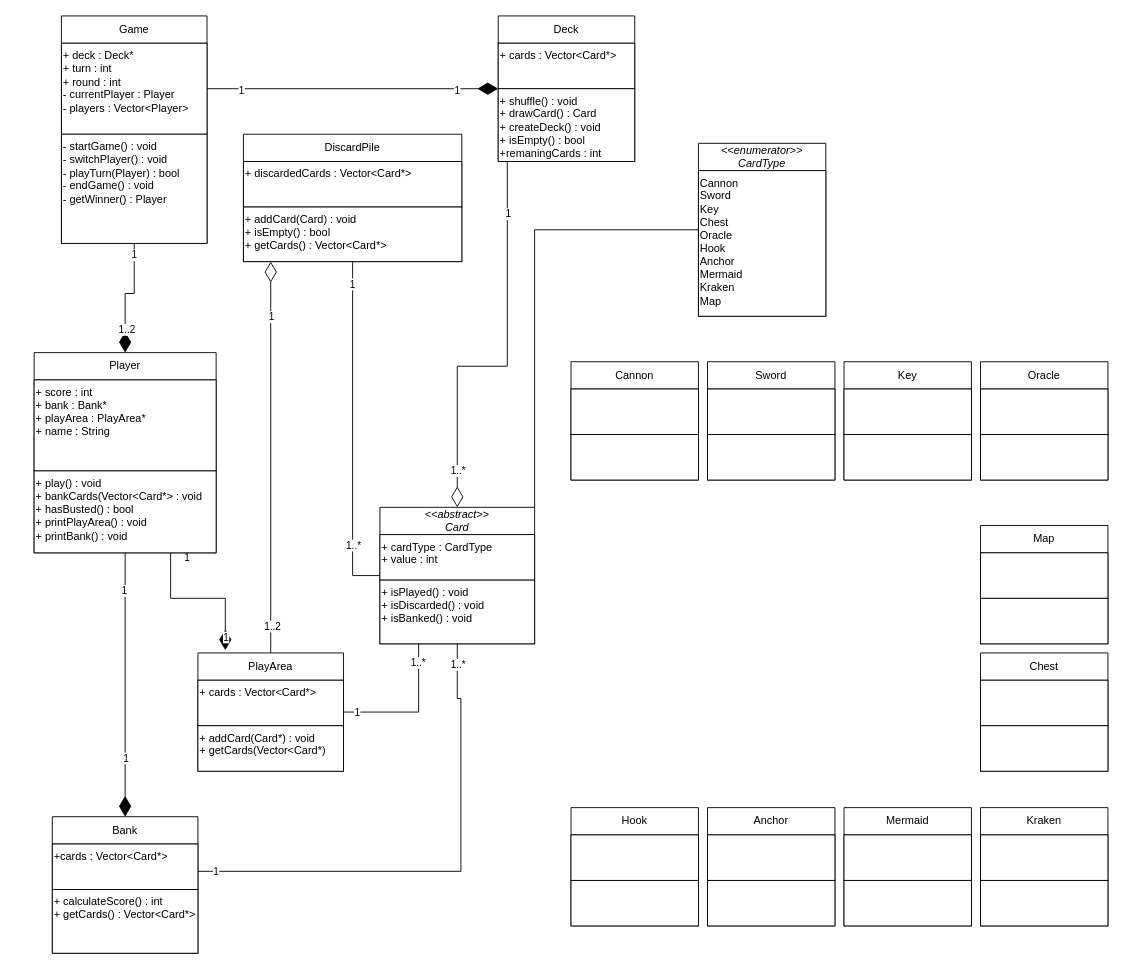
The draw.io diagram Dead Man's Draw++ UML.drawio in ConnorFSA/Assignment-1-Dead-Man-s-Draw-, before the edit. Source tidied: cells renumbered, new cells numbered last; positions are measured from the earlier drawing's top-left corner, leaving out a move shared by most shapes. Both pictures are drawn from the tidied source at 91%, with x=0, y=0 at pixel (34, 15).
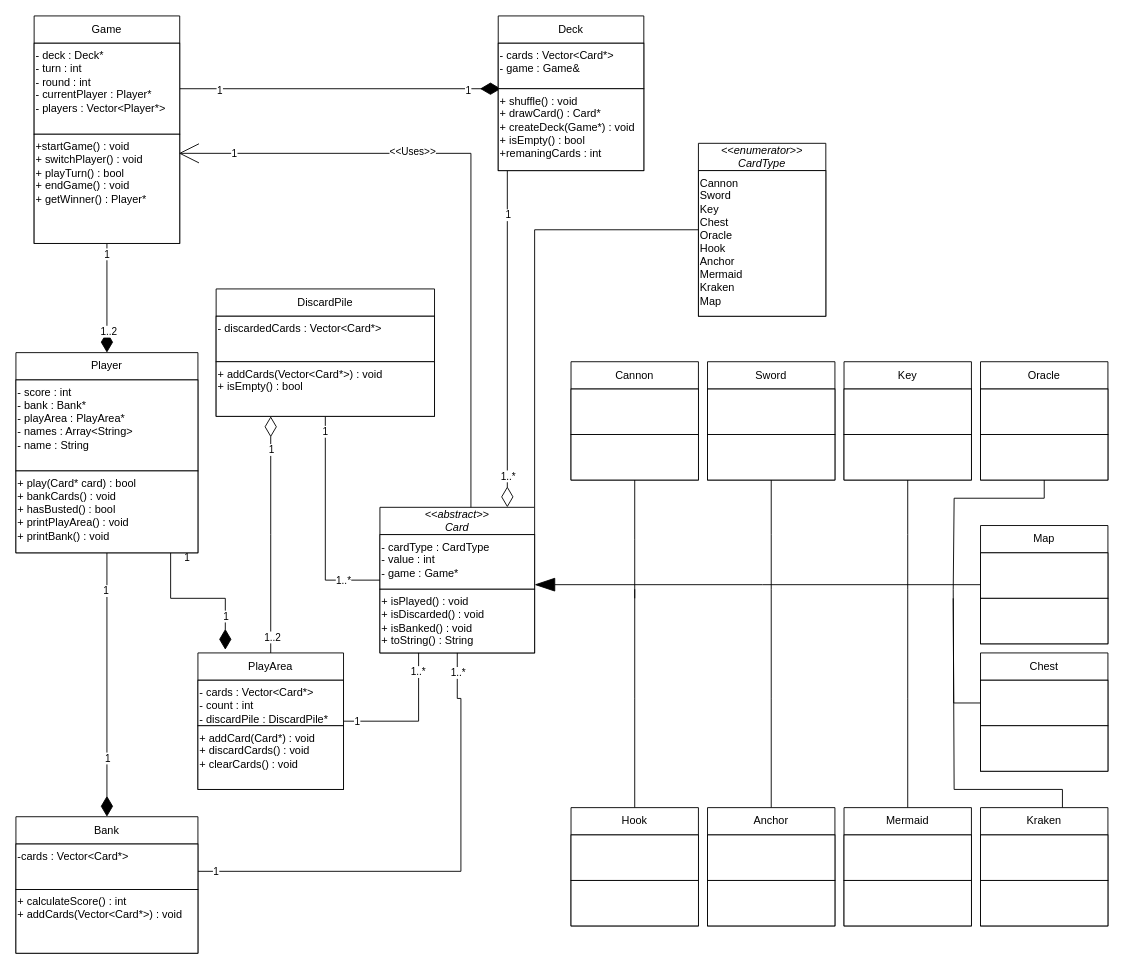
After the change.

Commit message:
Update Dead Man's Draw++ UML.drawio to reflect current implementation

The change refers to these unchanged cells:
```xml
<mxCell id="5" style="edgeStyle=orthogonalEdgeStyle;rounded=0;jettySize=auto;html=1;entryX=0.188;entryY=-0.023;entryDx=0;entryDy=0;endSize=20;endArrow=diamondThin;endFill=1;entryPerimeter=0;" parent="1" edge="1" source="8" target="35">
  <mxGeometry relative="1" as="geometry">
    <Array as="points">
      <mxPoint x="150" y="640" />
      <mxPoint x="210" y="640" />
    </Array>
  </mxGeometry>
</mxCell>
<mxCell id="44" value="Cannon" style="swimlane;fontStyle=0;horizontal=1;startSize=30;whiteSpace=wrap;html=1;" parent="1" vertex="1">
  <mxGeometry x="590" y="380" width="140" height="130" as="geometry" />
</mxCell>
<mxCell id="47" value="Sword" style="swimlane;fontStyle=0;horizontal=1;startSize=30;whiteSpace=wrap;html=1;" parent="1" vertex="1">
  <mxGeometry x="740" y="380" width="140" height="130" as="geometry" />
</mxCell>
<mxCell id="49" style="html=1;whiteSpace=wrap;verticalAlign=top;align=left;" parent="47" vertex="1">
  <mxGeometry y="80" width="140" height="50" as="geometry" />
</mxCell>
<mxCell id="50" value="Key" style="swimlane;fontStyle=0;horizontal=1;startSize=30;whiteSpace=wrap;html=1;" parent="1" vertex="1">
  <mxGeometry x="890" y="380" width="140" height="130" as="geometry" />
</mxCell>
<mxCell id="52" style="html=1;whiteSpace=wrap;verticalAlign=top;align=left;" parent="50" vertex="1">
  <mxGeometry y="80" width="140" height="50" as="geometry" />
</mxCell>
<mxCell id="53" value="Chest" style="swimlane;fontStyle=0;horizontal=1;startSize=30;whiteSpace=wrap;html=1;" parent="1" vertex="1">
  <mxGeometry x="1040" y="700" width="140" height="130" as="geometry" />
</mxCell>
<mxCell id="54" style="html=1;whiteSpace=wrap;verticalAlign=top;align=left;" parent="53" vertex="1">
  <mxGeometry y="30" width="140" height="50" as="geometry" />
</mxCell>
<mxCell id="56" value="Hook" style="swimlane;fontStyle=0;horizontal=1;startSize=30;whiteSpace=wrap;html=1;" parent="1" vertex="1">
  <mxGeometry x="590" y="870" width="140" height="130" as="geometry" />
</mxCell>
<mxCell id="59" value="Oracle" style="swimlane;fontStyle=0;horizontal=1;startSize=30;whiteSpace=wrap;html=1;" parent="1" vertex="1">
  <mxGeometry x="1040" y="380" width="140" height="130" as="geometry" />
</mxCell>
<mxCell id="61" style="html=1;whiteSpace=wrap;verticalAlign=top;align=left;" parent="59" vertex="1">
  <mxGeometry y="80" width="140" height="50" as="geometry" />
</mxCell>
<mxCell id="62" value="Map" style="swimlane;fontStyle=0;horizontal=1;startSize=30;whiteSpace=wrap;html=1;" parent="1" vertex="1">
  <mxGeometry x="1040" y="560" width="140" height="130" as="geometry" />
</mxCell>
<mxCell id="65" value="Mermaid" style="swimlane;fontStyle=0;horizontal=1;startSize=30;whiteSpace=wrap;html=1;" parent="1" vertex="1">
  <mxGeometry x="890" y="870" width="140" height="130" as="geometry" />
</mxCell>
<mxCell id="71" value="Anchor" style="swimlane;fontStyle=0;horizontal=1;startSize=30;whiteSpace=wrap;html=1;" parent="1" vertex="1">
  <mxGeometry x="740" y="870" width="140" height="130" as="geometry" />
</mxCell>
```

Diff of the diagram source:
```diff
@@
     <mxCell id="7" value="1" style="edgeLabel;html=1;align=center;verticalAlign=middle;" parent="5" vertex="1">
-      <mxGeometry x="0.83" relative="1" as="geometry" />
+      <mxGeometry x="0.83" relative="1" as="geometry">
+        <mxPoint y="-22" as="offset" />
+      </mxGeometry>
     </mxCell>
     <mxCell id="8" value="Player" style="swimlane;fontStyle=0;horizontal=1;startSize=30;whiteSpace=wrap;html=1;" parent="1" vertex="1">
-      <mxGeometry y="370" width="200" height="220" as="geometry" />
+      <mxGeometry x="-20" y="370" width="200" height="220" as="geometry" />
     </mxCell>
-    <mxCell id="9" value="&lt;div&gt;+ score : int&lt;/div&gt;&lt;div&gt;+ bank : Bank*&lt;/div&gt;&lt;div&gt;+ playArea : PlayArea*&lt;/div&gt;&lt;div&gt;+ name : String&lt;/div&gt;" style="html=1;whiteSpace=wrap;verticalAlign=top;align=left;" parent="8" vertex="1">
+    <mxCell id="9" value="&lt;div&gt;- score : int&lt;/div&gt;&lt;div&gt;- bank : Bank*&lt;/div&gt;&lt;div&gt;- playArea : PlayArea*&lt;/div&gt;&lt;div&gt;- names : Array&amp;lt;String&amp;gt;&lt;/div&gt;&lt;div&gt;- name : String&lt;/div&gt;" style="html=1;whiteSpace=wrap;verticalAlign=top;align=left;" parent="8" vertex="1">
       <mxGeometry y="30" width="200" height="100" as="geometry" />
     </mxCell>
-    <mxCell id="10" value="&lt;div&gt;+ play() : void&lt;/div&gt;&lt;div&gt;+ bankCards(Vector&amp;lt;Card*&amp;gt; : void&lt;/div&gt;&lt;div&gt;+ hasBusted() : bool&lt;/div&gt;&lt;div&gt;+ printPlayArea() : void&lt;/div&gt;&lt;div&gt;+ printBank() : void&lt;/div&gt;&lt;div&gt;&lt;br&gt;&lt;/div&gt;" style="html=1;whiteSpace=wrap;verticalAlign=top;align=left;" parent="8" vertex="1">
+    <mxCell id="10" value="&lt;div&gt;+ play(Card* card) : bool&lt;/div&gt;&lt;div&gt;+ bankCards() : void&lt;/div&gt;&lt;div&gt;+ hasBusted() : bool&lt;/div&gt;&lt;div&gt;+ printPlayArea() : void&lt;/div&gt;&lt;div&gt;+ printBank() : void&lt;/div&gt;&lt;div&gt;&lt;br&gt;&lt;/div&gt;" style="html=1;whiteSpace=wrap;verticalAlign=top;align=left;" parent="8" vertex="1">
       <mxGeometry y="130" width="200" height="90" as="geometry" />
     </mxCell>
@@
-    <mxCell id="14" style="edgeStyle=orthogonalEdgeStyle;rounded=0;jettySize=auto;html=1;exitX=1;exitY=0.5;exitDx=0;exitDy=0;entryX=0;entryY=0.5;entryDx=0;entryDy=0;endArrow=diamondThin;endFill=1;endSize=20;" parent="1" edge="1" source="18" target="41">
-      <mxGeometry relative="1" as="geometry" />
+    <mxCell id="14" style="edgeStyle=orthogonalEdgeStyle;rounded=0;jettySize=auto;html=1;exitX=1;exitY=0.5;exitDx=0;exitDy=0;endArrow=diamondThin;endFill=1;endSize=20;" parent="1" edge="1" source="18">
+      <mxGeometry relative="1" as="geometry">
+        <mxPoint x="490" y="80" as="targetPoint" />
+        <Array as="points">
+          <mxPoint x="510" y="80" />
+        </Array>
+      </mxGeometry>
     </mxCell>
@@
     <mxCell id="17" value="Game" style="swimlane;fontStyle=0;horizontal=1;startSize=30;whiteSpace=wrap;html=1;" parent="1" vertex="1">
-      <mxGeometry x="30" width="160" height="250" as="geometry" />
+      <mxGeometry width="160" height="250" as="geometry" />
     </mxCell>
-    <mxCell id="18" value="&lt;div&gt;+ deck : Deck*&lt;/div&gt;&lt;div&gt;+ turn : int&lt;/div&gt;&lt;div&gt;+ round : int&lt;/div&gt;&lt;div&gt;- currentPlayer : Player&lt;/div&gt;&lt;div&gt;- players : Vector&amp;lt;Player&amp;gt;&lt;/div&gt;" style="html=1;whiteSpace=wrap;align=left;verticalAlign=top;" parent="17" vertex="1">
+    <mxCell id="18" value="&lt;div&gt;- deck : Deck*&lt;/div&gt;&lt;div&gt;- turn : int&lt;/div&gt;&lt;div&gt;- round : int&lt;/div&gt;&lt;div&gt;- currentPlayer : Player*&lt;/div&gt;&lt;div&gt;- players : Vector&amp;lt;Player*&amp;gt;&lt;/div&gt;" style="html=1;whiteSpace=wrap;align=left;verticalAlign=top;" parent="17" vertex="1">
       <mxGeometry y="30" width="160" height="100" as="geometry" />
     </mxCell>
-    <mxCell id="19" value="&lt;div&gt;- startGame() : void&lt;/div&gt;&lt;div&gt;- switchPlayer() : void&lt;/div&gt;&lt;div&gt;- playTurn(Player) : bool&amp;nbsp;&lt;/div&gt;&lt;div&gt;- endGame() : void&lt;/div&gt;&lt;div&gt;- getWinner() : Player&lt;/div&gt;" style="html=1;whiteSpace=wrap;align=left;verticalAlign=top;" parent="17" vertex="1">
+    <mxCell id="19" value="&lt;div&gt;+startGame() : void&lt;/div&gt;&lt;div&gt;+ switchPlayer() : void&lt;/div&gt;&lt;div&gt;+ playTurn() : bool&amp;nbsp;&lt;/div&gt;&lt;div&gt;+ endGame() : void&lt;/div&gt;&lt;div&gt;+ getWinner() : Player*&lt;/div&gt;" style="html=1;whiteSpace=wrap;align=left;verticalAlign=top;" parent="17" vertex="1">
       <mxGeometry y="130" width="160" height="120" as="geometry" />
     </mxCell>
     <mxCell id="20" value="&lt;i&gt;&amp;lt;&amp;lt;abstract&amp;gt;&amp;gt;&lt;/i&gt;&lt;div&gt;&lt;i&gt;Card&lt;/i&gt;&lt;/div&gt;" style="swimlane;fontStyle=0;horizontal=1;startSize=30;whiteSpace=wrap;html=1;" parent="1" vertex="1">
-      <mxGeometry x="380" y="540" width="170" height="150" as="geometry" />
+      <mxGeometry x="380" y="540" width="170" height="160" as="geometry" />
     </mxCell>
-    <mxCell id="21" value="&lt;div&gt;+ cardType : CardType&lt;/div&gt;&lt;div&gt;+ value : int&lt;/div&gt;" style="html=1;whiteSpace=wrap;verticalAlign=top;align=left;" parent="20" vertex="1">
-      <mxGeometry y="30" width="170" height="50" as="geometry" />
+    <mxCell id="21" value="&lt;div&gt;- cardType : CardType&lt;/div&gt;&lt;div&gt;- value : int&lt;/div&gt;&lt;div&gt;- game : Game*&lt;/div&gt;" style="html=1;whiteSpace=wrap;verticalAlign=top;align=left;" parent="20" vertex="1">
+      <mxGeometry y="30" width="170" height="60" as="geometry" />
     </mxCell>
-    <mxCell id="22" value="&lt;div&gt;+ isPlayed() : void&lt;/div&gt;&lt;div&gt;+ isDiscarded() : void&lt;/div&gt;&lt;div&gt;+ isBanked() : void&lt;/div&gt;" style="html=1;whiteSpace=wrap;verticalAlign=top;align=left;" parent="20" vertex="1">
-      <mxGeometry y="80" width="170" height="70" as="geometry" />
+    <mxCell id="22" value="&lt;div&gt;+ isPlayed() : void&lt;/div&gt;&lt;div&gt;+ isDiscarded() : void&lt;/div&gt;&lt;div&gt;+ isBanked() : void&lt;/div&gt;&lt;div&gt;+ toString() : String&lt;/div&gt;" style="html=1;whiteSpace=wrap;verticalAlign=top;align=left;" parent="20" vertex="1">
+      <mxGeometry y="90" width="170" height="70" as="geometry" />
     </mxCell>
@@
     <mxCell id="26" value="Bank" style="swimlane;fontStyle=0;horizontal=1;startSize=30;whiteSpace=wrap;html=1;" parent="1" vertex="1">
-      <mxGeometry x="20" y="880" width="160" height="150" as="geometry" />
+      <mxGeometry x="-20" y="880" width="200" height="150" as="geometry" />
     </mxCell>
-    <mxCell id="27" value="+cards : Vector&amp;lt;Card*&amp;gt;" style="html=1;whiteSpace=wrap;verticalAlign=top;align=left;" parent="26" vertex="1">
-      <mxGeometry y="30" width="160" height="50" as="geometry" />
+    <mxCell id="27" value="-cards : Vector&amp;lt;Card*&amp;gt;" style="html=1;whiteSpace=wrap;verticalAlign=top;align=left;" parent="26" vertex="1">
+      <mxGeometry y="30" width="200" height="50" as="geometry" />
     </mxCell>
-    <mxCell id="28" value="&lt;div&gt;+ calculateScore() : int&lt;/div&gt;&lt;div&gt;+ getCards() : Vector&amp;lt;Card*&amp;gt;&lt;/div&gt;" style="html=1;whiteSpace=wrap;verticalAlign=top;align=left;" parent="26" vertex="1">
-      <mxGeometry y="80" width="160" height="70" as="geometry" />
+    <mxCell id="28" value="&lt;div&gt;+ calculateScore() : int&lt;/div&gt;&lt;div&gt;+ addCards(Vector&amp;lt;Card*&amp;gt;) : void&lt;/div&gt;&lt;div&gt;&lt;br&gt;&lt;/div&gt;" style="html=1;whiteSpace=wrap;verticalAlign=top;align=left;" parent="26" vertex="1">
+      <mxGeometry y="80" width="200" height="70" as="geometry" />
     </mxCell>
@@
-    <mxCell id="32" style="edgeStyle=orthogonalEdgeStyle;rounded=0;jettySize=auto;html=1;endSize=20;endArrow=diamondThin;endFill=0;" parent="1" edge="1" source="35">
+    <mxCell id="32" style="edgeStyle=orthogonalEdgeStyle;rounded=0;jettySize=auto;html=1;endSize=20;endArrow=diamondThin;endFill=0;entryX=0.25;entryY=1;entryDx=0;entryDy=0;" parent="1" edge="1" source="35" target="77">
       <mxGeometry relative="1" as="geometry">
-        <mxPoint x="260" y="270" as="targetPoint" />
         <Array as="points">
-          <mxPoint x="260" y="320" />
+          <mxPoint x="260" y="570" />
+          <mxPoint x="260" y="570" />
         </Array>
       </mxGeometry>
     </mxCell>
@@
     <mxCell id="35" value="PlayArea" style="swimlane;fontStyle=0;horizontal=1;startSize=30;whiteSpace=wrap;html=1;" parent="1" vertex="1">
-      <mxGeometry x="180" y="700" width="160" height="130" as="geometry" />
+      <mxGeometry x="180" y="700" width="160" height="150" as="geometry" />
     </mxCell>
-    <mxCell id="36" value="+ cards : Vector&amp;lt;Card*&amp;gt;" style="html=1;whiteSpace=wrap;verticalAlign=top;align=left;" parent="35" vertex="1">
+    <mxCell id="36" value="&lt;div&gt;- cards : Vector&amp;lt;Card*&amp;gt;&lt;/div&gt;&lt;div&gt;- count : int&lt;/div&gt;&lt;div&gt;- discardPile : DiscardPile*&lt;/div&gt;" style="html=1;whiteSpace=wrap;verticalAlign=top;align=left;" parent="35" vertex="1">
       <mxGeometry y="30" width="160" height="50" as="geometry" />
     </mxCell>
-    <mxCell id="37" value="&lt;div&gt;+ addCard(Card*) : void&lt;/div&gt;&lt;div&gt;+ getCards(Vector&amp;lt;Card*)&lt;/div&gt;" style="html=1;whiteSpace=wrap;verticalAlign=top;align=left;" parent="35" vertex="1">
-      <mxGeometry y="80" width="160" height="50" as="geometry" />
+    <mxCell id="37" value="&lt;div&gt;+ addCard(Card*) : void&lt;/div&gt;&lt;div&gt;+ discardCards() : void&lt;/div&gt;&lt;div&gt;+ clearCards() : void&lt;/div&gt;" style="html=1;whiteSpace=wrap;verticalAlign=top;align=left;" parent="35" vertex="1">
+      <mxGeometry y="80" width="160" height="70" as="geometry" />
     </mxCell>
-    <mxCell id="38" style="edgeStyle=orthogonalEdgeStyle;rounded=0;jettySize=auto;html=1;entryX=0.5;entryY=0;entryDx=0;entryDy=0;endArrow=diamondThin;endFill=0;endSize=20;" parent="1" edge="1" source="43" target="20">
+    <mxCell id="38" style="edgeStyle=orthogonalEdgeStyle;rounded=0;jettySize=auto;html=1;endArrow=diamondThin;endFill=0;endSize=20;" parent="1" edge="1" source="43">
       <mxGeometry relative="1" as="geometry">
+        <mxPoint x="520" y="540" as="targetPoint" />
         <Array as="points">
-          <mxPoint x="520" y="385" />
-          <mxPoint x="465" y="385" />
+          <mxPoint x="520" y="540" />
         </Array>
       </mxGeometry>
     </mxCell>
@@
     <mxCell id="41" value="Deck" style="swimlane;fontStyle=0;horizontal=1;startSize=30;whiteSpace=wrap;html=1;" parent="1" vertex="1">
-      <mxGeometry x="510" width="150" height="160" as="geometry" />
+      <mxGeometry x="510" width="160" height="170" as="geometry" />
     </mxCell>
-    <mxCell id="42" value="+ cards : Vector&amp;lt;Card*&amp;gt;" style="html=1;whiteSpace=wrap;align=left;verticalAlign=top;" parent="41" vertex="1">
-      <mxGeometry y="30" width="150" height="50" as="geometry" />
+    <mxCell id="42" value="&lt;div&gt;- cards : Vector&amp;lt;Card*&amp;gt;&lt;/div&gt;&lt;div&gt;- game : Game&amp;amp;&lt;/div&gt;" style="html=1;whiteSpace=wrap;align=left;verticalAlign=top;" parent="41" vertex="1">
+      <mxGeometry y="30" width="160" height="50" as="geometry" />
     </mxCell>
-    <mxCell id="43" value="&lt;div&gt;+ shuffle() : void&lt;/div&gt;&lt;div&gt;+ drawCard() : Card&lt;/div&gt;&lt;div&gt;+ createDeck() : void&lt;/div&gt;&lt;div&gt;+ isEmpty() : bool&lt;/div&gt;&lt;div&gt;+remaningCards : int&lt;/div&gt;&lt;div&gt;&lt;br&gt;&lt;/div&gt;" style="html=1;whiteSpace=wrap;verticalAlign=top;align=left;" parent="41" vertex="1">
-      <mxGeometry y="80" width="150" height="80" as="geometry" />
+    <mxCell id="43" value="&lt;div&gt;+ shuffle() : void&lt;/div&gt;&lt;div&gt;+ drawCard() : Card*&lt;/div&gt;&lt;div&gt;+ createDeck(Game*) : void&lt;/div&gt;&lt;div&gt;+ isEmpty() : bool&lt;/div&gt;&lt;div&gt;+remaningCards : int&lt;/div&gt;&lt;div&gt;&lt;br&gt;&lt;/div&gt;" style="html=1;whiteSpace=wrap;verticalAlign=top;align=left;" parent="41" vertex="1">
+      <mxGeometry y="80" width="160" height="90" as="geometry" />
     </mxCell>
+    <mxCell id="83" style="edgeStyle=orthogonalEdgeStyle;rounded=0;jettySize=auto;html=1;endArrow=none;startFill=0;" parent="1" edge="1" source="44">
+      <mxGeometry relative="1" as="geometry">
+        <mxPoint x="660" y="640" as="targetPoint" />
+      </mxGeometry>
+    </mxCell>
@@
+    <mxCell id="84" style="edgeStyle=orthogonalEdgeStyle;rounded=0;jettySize=auto;html=1;endArrow=none;startFill=0;" parent="47" edge="1" source="49">
+      <mxGeometry relative="1" as="geometry">
+        <mxPoint x="70" y="250" as="targetPoint" />
+      </mxGeometry>
+    </mxCell>
@@
+    <mxCell id="85" style="edgeStyle=orthogonalEdgeStyle;rounded=0;jettySize=auto;html=1;endArrow=none;startFill=0;" parent="50" edge="1" source="52">
+      <mxGeometry relative="1" as="geometry">
+        <mxPoint x="70" y="250" as="targetPoint" />
+      </mxGeometry>
+    </mxCell>
@@
+    <mxCell id="86" style="edgeStyle=orthogonalEdgeStyle;rounded=0;jettySize=auto;html=1;endArrow=none;startFill=0;" parent="53" edge="1" source="54">
+      <mxGeometry relative="1" as="geometry">
+        <mxPoint x="-30" y="-70" as="targetPoint" />
+      </mxGeometry>
+    </mxCell>
@@
+    <mxCell id="87" style="edgeStyle=orthogonalEdgeStyle;rounded=0;jettySize=auto;html=1;endArrow=none;startFill=0;" parent="1" edge="1" source="56">
+      <mxGeometry relative="1" as="geometry">
+        <mxPoint x="660" y="630" as="targetPoint" />
+      </mxGeometry>
+    </mxCell>
@@
+    <mxCell id="88" style="edgeStyle=orthogonalEdgeStyle;rounded=0;jettySize=auto;html=1;endArrow=none;startFill=0;" parent="59" edge="1" source="61">
+      <mxGeometry relative="1" as="geometry">
+        <mxPoint x="-30" y="250" as="targetPoint" />
+        <Array as="points">
+          <mxPoint x="70" y="150" />
+          <mxPoint x="-29" y="150" />
+        </Array>
+      </mxGeometry>
+    </mxCell>
@@
+    <mxCell id="89" style="edgeStyle=orthogonalEdgeStyle;rounded=0;jettySize=auto;html=1;endArrow=blockThin;startFill=0;endFill=1;endSize=20;" parent="1" edge="1" source="62">
+      <mxGeometry relative="1" as="geometry">
+        <mxPoint x="550" y="625" as="targetPoint" />
+      </mxGeometry>
+    </mxCell>
@@
+    <mxCell id="90" style="edgeStyle=orthogonalEdgeStyle;rounded=0;jettySize=auto;html=1;endArrow=none;startFill=0;" parent="1" edge="1" source="65">
+      <mxGeometry relative="1" as="geometry">
+        <mxPoint x="960" y="630" as="targetPoint" />
+      </mxGeometry>
+    </mxCell>
@@
+    <mxCell id="91" style="edgeStyle=orthogonalEdgeStyle;rounded=0;orthogonalLoop=1;jettySize=auto;html=1;endArrow=none;startFill=0;" parent="1" edge="1">
+      <mxGeometry relative="1" as="geometry">
+        <mxPoint x="1130" y="870" as="sourcePoint" />
+        <mxPoint x="1010" y="640" as="targetPoint" />
+        <Array as="points">
+          <mxPoint x="1130" y="850" />
+          <mxPoint x="1011" y="850" />
+        </Array>
+      </mxGeometry>
+    </mxCell>
@@
+    <mxCell id="92" style="edgeStyle=orthogonalEdgeStyle;rounded=0;jettySize=auto;html=1;endArrow=none;startFill=0;" parent="1" edge="1" source="71">
+      <mxGeometry relative="1" as="geometry">
+        <mxPoint x="810" y="630" as="targetPoint" />
+      </mxGeometry>
+    </mxCell>
@@
     <mxCell id="77" value="DiscardPile" style="swimlane;fontStyle=0;horizontal=1;startSize=30;whiteSpace=wrap;html=1;" parent="1" vertex="1">
-      <mxGeometry x="230" y="130" width="240" height="140" as="geometry" />
+      <mxGeometry x="200" y="300" width="240" height="140" as="geometry" />
     </mxCell>
-    <mxCell id="78" value="+ discardedCards : Vector&amp;lt;Card*&amp;gt;" style="html=1;whiteSpace=wrap;verticalAlign=top;align=left;" parent="77" vertex="1">
+    <mxCell id="78" value="- discardedCards : Vector&amp;lt;Card*&amp;gt;" style="html=1;whiteSpace=wrap;verticalAlign=top;align=left;" parent="77" vertex="1">
       <mxGeometry y="30" width="240" height="50" as="geometry" />
     </mxCell>
-    <mxCell id="79" value="&lt;div&gt;+ addCard(Card) : void&lt;/div&gt;&lt;div&gt;+ isEmpty() : bool&lt;/div&gt;&lt;div&gt;+ getCards() : Vector&amp;lt;Card*&amp;gt;&lt;/div&gt;" style="html=1;whiteSpace=wrap;verticalAlign=top;align=left;" parent="77" vertex="1">
+    <mxCell id="79" value="&lt;div&gt;+ addCards(Vector&amp;lt;Card*&amp;gt;) : void&lt;/div&gt;&lt;div&gt;+ isEmpty() : bool&lt;/div&gt;" style="html=1;whiteSpace=wrap;verticalAlign=top;align=left;" parent="77" vertex="1">
       <mxGeometry y="80" width="240" height="60" as="geometry" />
     </mxCell>
@@
+    <mxCell id="93" style="edgeStyle=orthogonalEdgeStyle;rounded=0;jettySize=auto;html=1;entryX=0.994;entryY=0.175;entryDx=0;entryDy=0;entryPerimeter=0;endArrow=open;endFill=0;endSize=20;" parent="1" edge="1" source="20" target="19">
+      <mxGeometry relative="1" as="geometry">
+        <Array as="points">
+          <mxPoint x="480" y="151" />
+        </Array>
+      </mxGeometry>
+    </mxCell>
+    <mxCell id="94" value="&amp;lt;&amp;lt;Uses&amp;gt;&amp;gt;" style="edgeLabel;html=1;align=center;verticalAlign=middle;" parent="93" vertex="1">
+      <mxGeometry x="0.28" y="-3" relative="1" as="geometry" />
+    </mxCell>
+    <mxCell id="95" value="1" style="edgeLabel;html=1;align=center;verticalAlign=middle;" parent="93" vertex="1">
+      <mxGeometry x="0.82" y="2" relative="1" as="geometry">
+        <mxPoint x="-4" y="-3" as="offset" />
+      </mxGeometry>
+    </mxCell>
```
